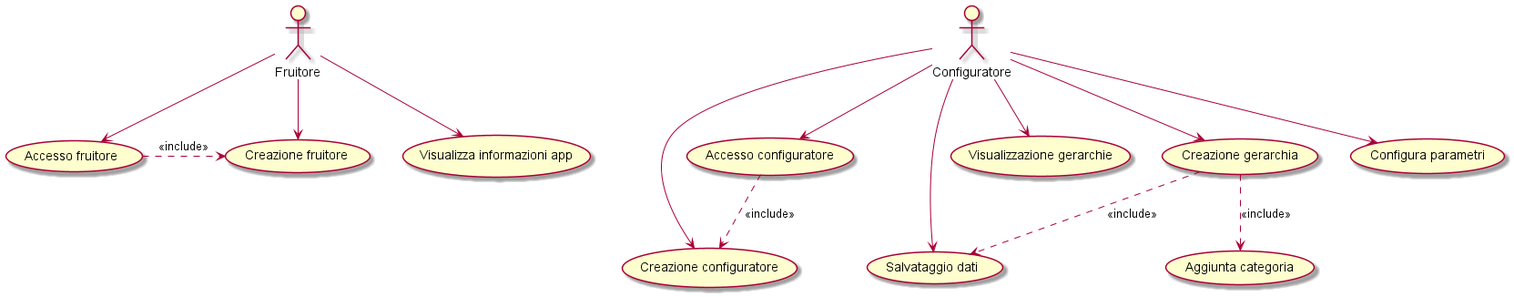
Earlier version of the PlantUML export doc/uml/version2/png/Use case diagram-Version2.0.png (eletoo/inge_del_software).
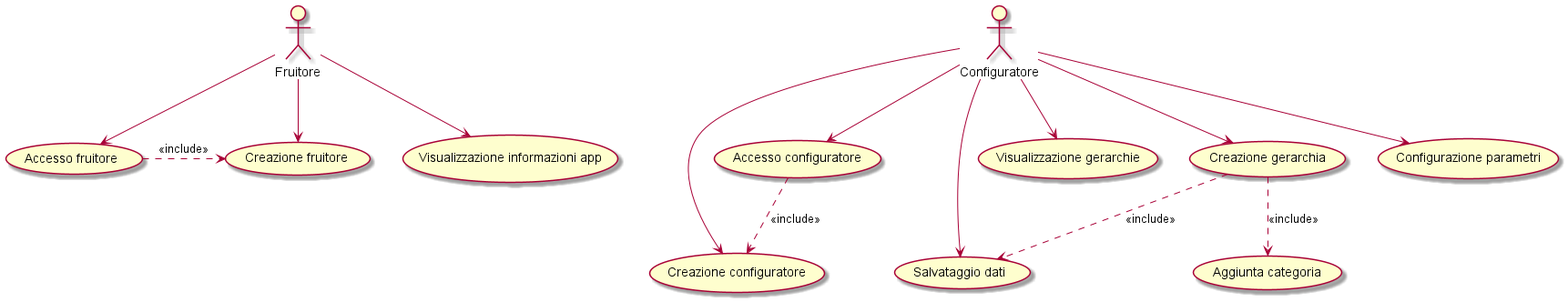
The same diagram one commit later.

Commit message:
version 2.0.5 - fixed use cases UML

Diff of the diagram source:
```diff
@@ -3,7 +3,7 @@
 :Fruitore: as Admin
 (Accesso fruitore) as (UseF1)
 (Creazione fruitore) as (UseF2)
-(Visualizza informazioni app) as (UseF3)
+(Visualizzazione informazioni app) as (UseF3)
 
 Admin --> (UseF3)
 Admin --> (UseF1)
@@ -17,7 +17,7 @@
 (Visualizzazione gerarchie) as (Use4)
 (Creazione gerarchia) as (Use5)
 (Aggiunta categoria) as (Use6)
-(Configura parametri) as (Use7)
+(Configurazione parametri) as (Use7)
 
 :Configuratore: as Admin2
 Admin2 --> (Use4)
```
